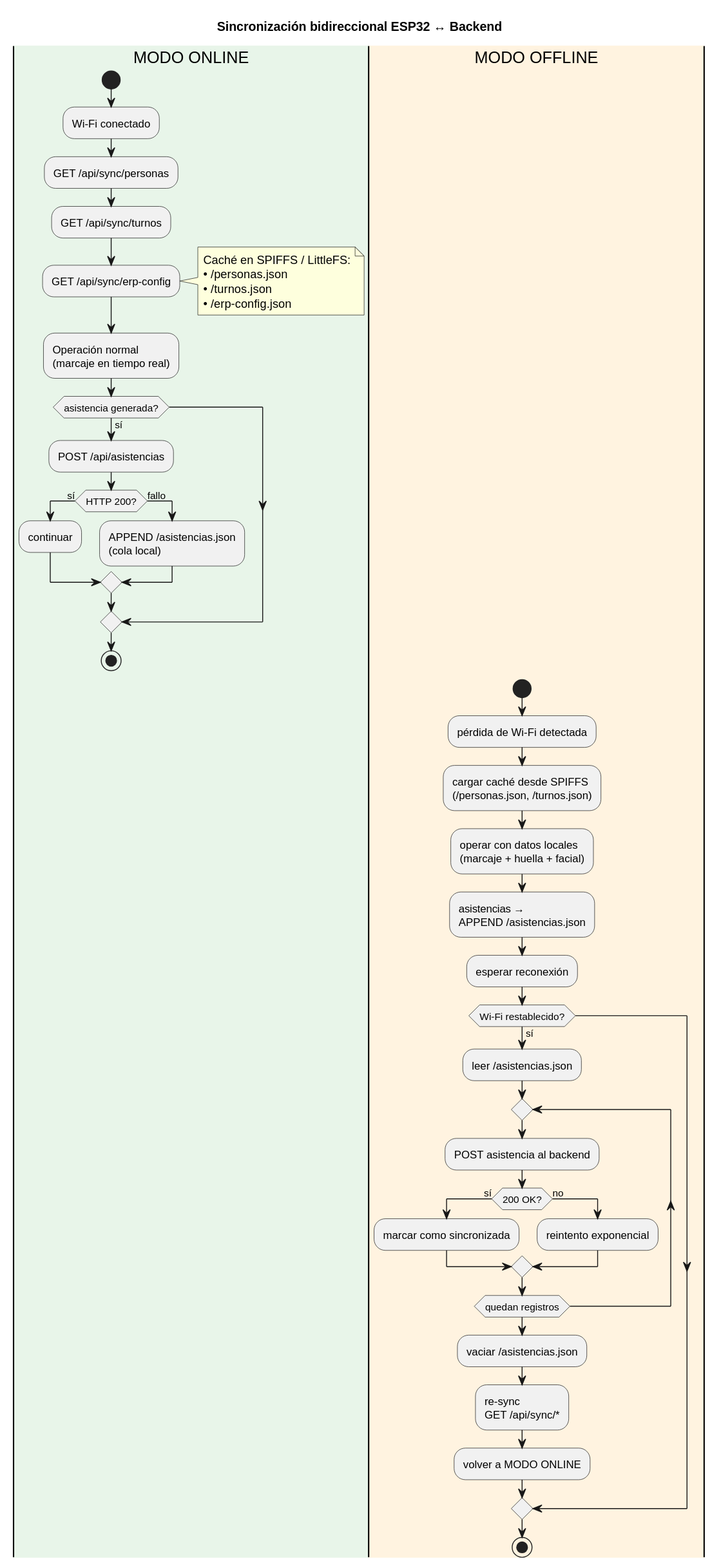
This is Informe/diagrams/flujo_sincronizacion_bidireccional.svg from BorgTb/AsistenciaBackendFinal, a PlantUML export, as it was before one commit.
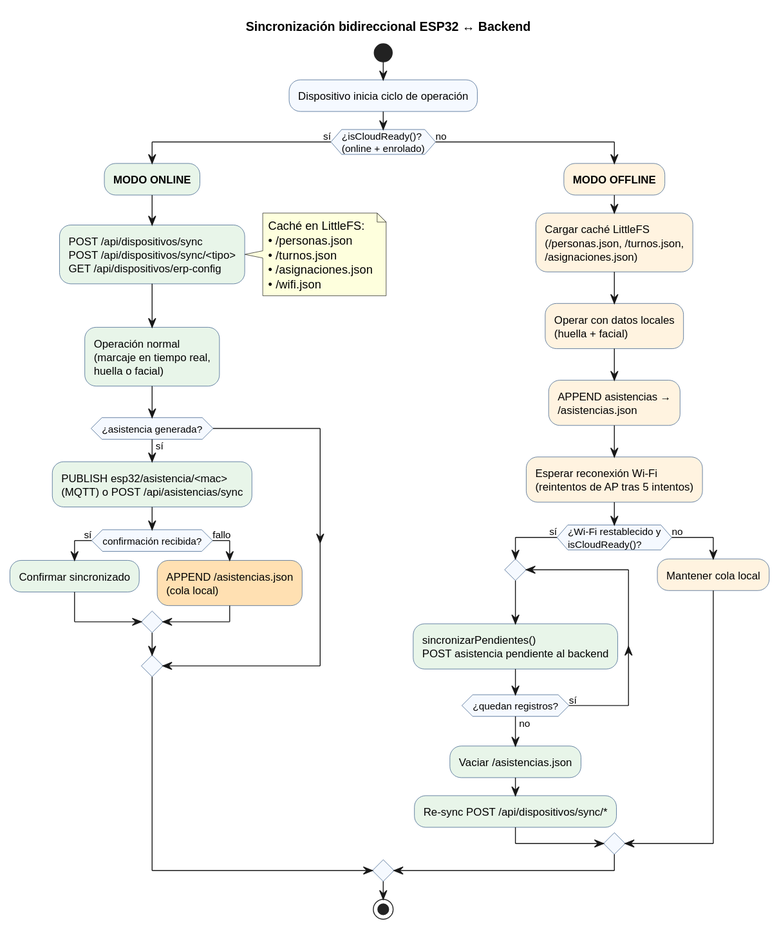
The same file after the commit.

What changed in the source:
```diff
@@ -2,50 +2,57 @@
 title Sincronización bidireccional ESP32 ↔ Backend
 
 skinparam shadowing false
+skinparam ActivityBackgroundColor #F5F9FF
+skinparam ActivityBorderColor #2C5282
 
-|#E8F5E9|MODO ONLINE|
 start
-:Wi-Fi conectado;
-:GET /api/sync/personas;
-:GET /api/sync/turnos;
-:GET /api/sync/erp-config;
-note right
-  Caché en SPIFFS / LittleFS:
-  • /personas.json
-  • /turnos.json
-  • /erp-config.json
-end note
-:Operación normal\n(marcaje en tiempo real);
-if (asistencia generada?) then (sí)
-  :POST /api/asistencias;
-  if (HTTP 200?) then (sí)
-    :continuar;
-  else (fallo)
-    :APPEND /asistencias.json\n(cola local);
+:Dispositivo inicia ciclo de operación;
+
+if (¿isCloudReady()?\n(online + enrolado)) then (sí)
+  #E8F5E9:**MODO ONLINE**;
+  #E8F5E9:POST /api/dispositivos/sync
+  POST /api/dispositivos/sync/<tipo>
+  GET /api/dispositivos/erp-config;
+  note right
+    Caché en LittleFS:
+    • /personas.json
+    • /turnos.json
+    • /asignaciones.json
+    • /wifi.json
+  end note
+  #E8F5E9:Operación normal
+  (marcaje en tiempo real,
+  huella o facial);
+  if (¿asistencia generada?) then (sí)
+    #E8F5E9:PUBLISH esp32/asistencia/<mac>\n(MQTT) o POST /api/asistencias/sync;
+    if (confirmación recibida?) then (sí)
+      #E8F5E9:Confirmar sincronizado;
+    else (fallo)
+      #FFE0B2:APPEND /asistencias.json
+      (cola local);
+    endif
+  endif
+else (no)
+  #FFF3E0:**MODO OFFLINE**;
+  #FFF3E0:Cargar caché LittleFS
+  (/personas.json, /turnos.json,
+  /asignaciones.json);
+  #FFF3E0:Operar con datos locales
+  (huella + facial);
+  #FFF3E0:APPEND asistencias →
+  /asistencias.json;
+  #FFF3E0:Esperar reconexión Wi-Fi\n(reintentos de AP tras 5 intentos);
+  if (¿Wi-Fi restablecido y\nisCloudReady()?) then (sí)
+    repeat
+      #E8F5E9:sincronizarPendientes()
+      POST asistencia pendiente al backend;
+    repeat while (¿quedan registros?) is (sí) not (no)
+    #E8F5E9:Vaciar /asistencias.json;
+    #E8F5E9:Re-sync POST /api/dispositivos/sync/*;
+  else (no)
+    #FFF3E0:Mantener cola local;
   endif
 endif
-stop
 
-|#FFF3E0|MODO OFFLINE|
-start
-:pérdida de Wi-Fi detectada;
-:cargar caché desde SPIFFS\n(/personas.json, /turnos.json);
-:operar con datos locales\n(marcaje + huella + facial);
-:asistencias →\nAPPEND /asistencias.json;
-:esperar reconexión;
-if (Wi-Fi restablecido?) then (sí)
-  :leer /asistencias.json;
-  repeat
-    :POST asistencia al backend;
-    if (200 OK?) then (sí)
-      :marcar como sincronizada;
-    else (no)
-      :reintento exponencial;
-    endif
-  repeat while (quedan registros)
-  :vaciar /asistencias.json;
-  :re-sync\nGET /api/sync/*;
-  :volver a MODO ONLINE;
-endif
 stop
 @enduml
```
